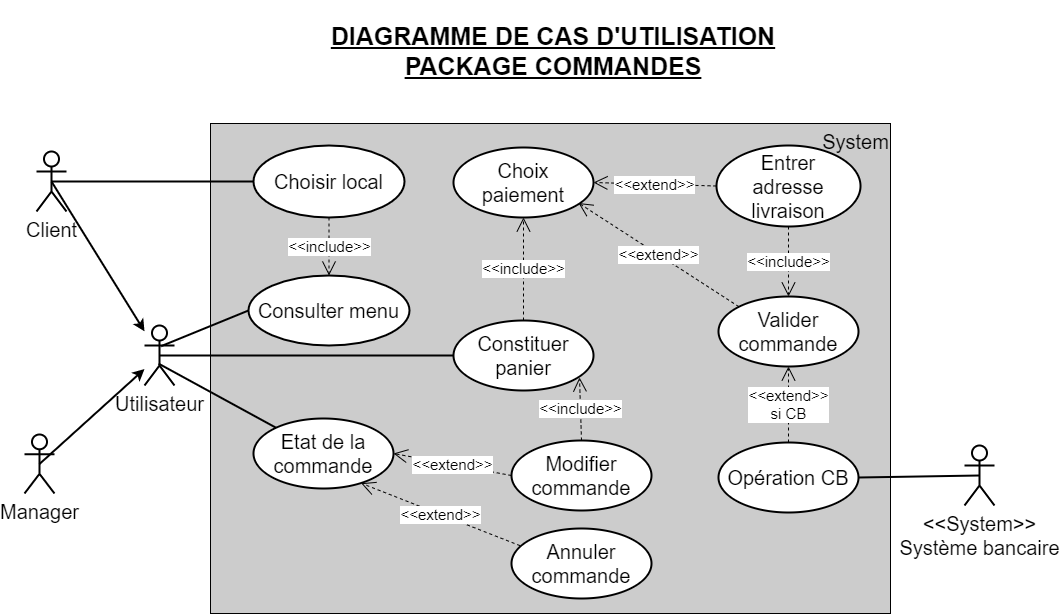
The draw.io diagram diagrammes/diagramme de cas d'utilisation - commandes.png in Tony380/Projet4, before a commit. Source tidied: cells renumbered, new cells last; positions are measured from the earlier drawing's top-left corner, leaving out a move shared by most shapes.
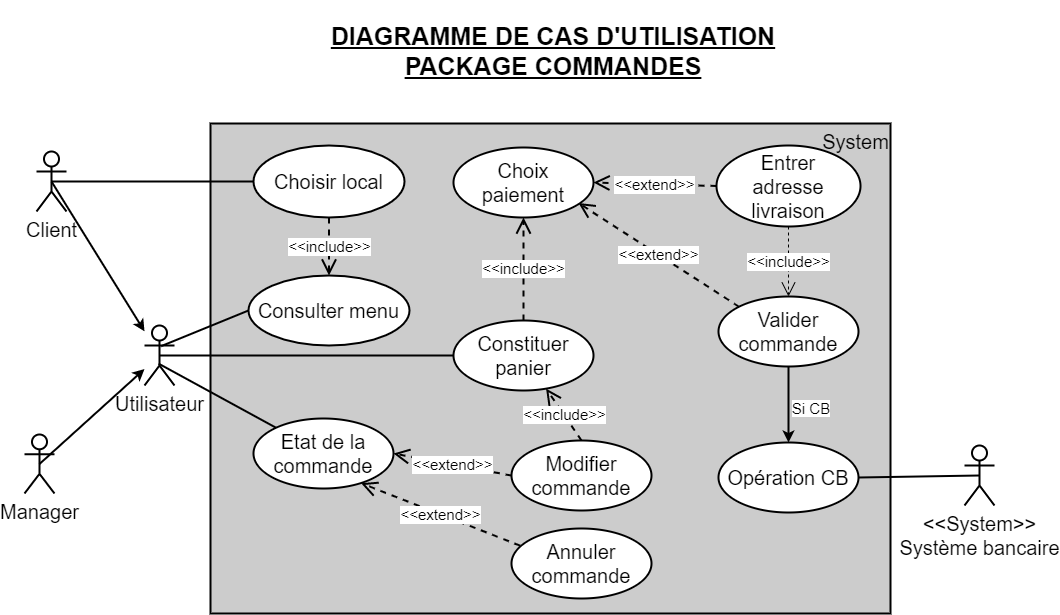
Later version of the same file.

What changed in the source:
```diff
@@ -2,7 +2,7 @@
   <root>
     <mxCell id="0" />
     <mxCell id="1" parent="0" />
-    <mxCell id="2" style="rounded=0;whiteSpace=wrap;html=1;fillColor=#CCCCCC;" parent="1" vertex="1">
+    <mxCell id="2" style="rounded=0;whiteSpace=wrap;html=1;fillColor=#CCCCCC;strokeWidth=2;" parent="1" vertex="1">
       <mxGeometry x="186" y="123" width="680" height="490" as="geometry" />
     </mxCell>
     <mxCell id="3" value="&lt;font style=&quot;font-size: 20px&quot;&gt;&amp;lt;&amp;lt;System&amp;gt;&amp;gt;&lt;br&gt;Système bancaire&lt;/font&gt;" style="shape=umlActor;verticalLabelPosition=bottom;labelBackgroundColor=#ffffff;verticalAlign=top;html=1;strokeWidth=2;" parent="1" vertex="1">
@@ -26,33 +26,33 @@
     <mxCell id="9" value="&lt;font style=&quot;font-size: 20px&quot;&gt;Choix paiement&lt;/font&gt;" style="ellipse;whiteSpace=wrap;html=1;strokeWidth=2;" parent="1" vertex="1">
       <mxGeometry x="429" y="147" width="140" height="70" as="geometry" />
     </mxCell>
-    <mxCell id="10" value="&lt;font style=&quot;font-size: 15px&quot;&gt;&amp;lt;&amp;lt;include&amp;gt;&amp;gt;&lt;/font&gt;" style="endArrow=open;endSize=12;dashed=1;html=1;entryX=0.5;entryY=1;entryDx=0;entryDy=0;exitX=0.5;exitY=0;exitDx=0;exitDy=0;" parent="1" edge="1" source="8" target="9">
+    <mxCell id="10" value="&lt;font style=&quot;font-size: 15px&quot;&gt;&amp;lt;&amp;lt;include&amp;gt;&amp;gt;&lt;/font&gt;" style="endArrow=open;endSize=12;dashed=1;html=1;entryX=0.5;entryY=1;entryDx=0;entryDy=0;exitX=0.5;exitY=0;exitDx=0;exitDy=0;strokeWidth=2;" parent="1" edge="1" source="8" target="9">
       <mxGeometry relative="1" as="geometry" />
     </mxCell>
     <mxCell id="11" value="&lt;font style=&quot;font-size: 20px&quot;&gt;Entrer&lt;br&gt;adresse livraison&lt;/font&gt;" style="ellipse;whiteSpace=wrap;html=1;strokeWidth=2;" parent="1" vertex="1">
       <mxGeometry x="692" y="145" width="144" height="81" as="geometry" />
     </mxCell>
-    <mxCell id="12" value="&lt;font style=&quot;font-size: 15px&quot;&gt;&amp;lt;&amp;lt;extend&amp;gt;&amp;gt;&lt;/font&gt;" style="endArrow=open;endSize=12;dashed=1;html=1;entryX=1;entryY=0.5;entryDx=0;entryDy=0;exitX=0;exitY=0.5;exitDx=0;exitDy=0;" parent="1" edge="1" source="11" target="9">
+    <mxCell id="12" value="&lt;font style=&quot;font-size: 15px&quot;&gt;&amp;lt;&amp;lt;extend&amp;gt;&amp;gt;&lt;/font&gt;" style="endArrow=open;endSize=12;dashed=1;html=1;entryX=1;entryY=0.5;entryDx=0;entryDy=0;exitX=0;exitY=0.5;exitDx=0;exitDy=0;strokeWidth=2;" parent="1" edge="1" source="11" target="9">
       <mxGeometry relative="1" as="geometry" />
     </mxCell>
     <mxCell id="13" value="&lt;font style=&quot;font-size: 20px&quot;&gt;System&lt;/font&gt;" style="text;html=1;align=center;verticalAlign=middle;" parent="1" vertex="1">
       <mxGeometry x="792" y="130" width="77" height="21" as="geometry" />
     </mxCell>
+    <mxCell id="35" style="edgeStyle=orthogonalEdgeStyle;rounded=0;jettySize=auto;html=1;entryX=0.5;entryY=0;entryDx=0;entryDy=0;strokeWidth=2;" parent="1" edge="1" source="14" target="17">
+      <mxGeometry relative="1" as="geometry" />
+    </mxCell>
     <mxCell id="14" value="&lt;font style=&quot;font-size: 20px&quot;&gt;Valider commande&lt;/font&gt;" style="ellipse;whiteSpace=wrap;html=1;strokeWidth=2;fillColor=#FFFFFF;" parent="1" vertex="1">
       <mxGeometry x="694" y="296" width="140" height="70" as="geometry" />
     </mxCell>
     <mxCell id="15" value="&lt;font style=&quot;font-size: 15px&quot;&gt;&amp;lt;&amp;lt;include&amp;gt;&amp;gt;&lt;/font&gt;" style="endArrow=open;endSize=12;dashed=1;html=1;exitX=0.5;exitY=1;exitDx=0;exitDy=0;entryX=0.5;entryY=0;entryDx=0;entryDy=0;" parent="1" edge="1" source="11" target="14">
       <mxGeometry relative="1" as="geometry" />
     </mxCell>
-    <mxCell id="16" value="&lt;font style=&quot;font-size: 15px&quot;&gt;&amp;lt;&amp;lt;extend&amp;gt;&amp;gt;&lt;/font&gt;" style="endArrow=open;endSize=12;dashed=1;html=1;exitX=0;exitY=0;exitDx=0;exitDy=0;entryX=0.893;entryY=0.793;entryDx=0;entryDy=0;entryPerimeter=0;" parent="1" edge="1" source="14" target="9">
+    <mxCell id="16" value="&lt;font style=&quot;font-size: 15px&quot;&gt;&amp;lt;&amp;lt;extend&amp;gt;&amp;gt;&lt;/font&gt;" style="endArrow=open;endSize=12;dashed=1;html=1;exitX=0;exitY=0;exitDx=0;exitDy=0;entryX=0.893;entryY=0.793;entryDx=0;entryDy=0;entryPerimeter=0;strokeWidth=2;" parent="1" edge="1" source="14" target="9">
       <mxGeometry relative="1" as="geometry" />
     </mxCell>
     <mxCell id="17" value="&lt;font style=&quot;font-size: 20px&quot;&gt;Opération CB&lt;/font&gt;" style="ellipse;whiteSpace=wrap;html=1;strokeWidth=2;fillColor=#FFFFFF;" parent="1" vertex="1">
       <mxGeometry x="694" y="442" width="140" height="70" as="geometry" />
     </mxCell>
-    <mxCell id="18" value="&lt;span style=&quot;font-size: 15px&quot;&gt;&amp;lt;&amp;lt;extend&amp;gt;&amp;gt;&lt;br&gt;si CB&lt;br&gt;&lt;/span&gt;" style="endArrow=open;endSize=12;dashed=1;html=1;entryX=0.5;entryY=1;entryDx=0;entryDy=0;exitX=0.5;exitY=0;exitDx=0;exitDy=0;" parent="1" edge="1" source="17" target="14">
-      <mxGeometry relative="1" as="geometry" />
-    </mxCell>
     <mxCell id="19" value="&lt;font style=&quot;font-size: 20px&quot;&gt;Etat de la commande&lt;/font&gt;" style="ellipse;whiteSpace=wrap;html=1;strokeWidth=2;fillColor=#FFFFFF;" parent="1" vertex="1">
       <mxGeometry x="229" y="418" width="140" height="70" as="geometry" />
     </mxCell>
@@ -62,10 +62,10 @@
     <mxCell id="21" value="&lt;font style=&quot;font-size: 20px&quot;&gt;Modifier commande&lt;/font&gt;" style="ellipse;whiteSpace=wrap;html=1;strokeWidth=2;fillColor=#FFFFFF;" parent="1" vertex="1">
       <mxGeometry x="487" y="440" width="140" height="70" as="geometry" />
     </mxCell>
-    <mxCell id="22" value="&lt;font style=&quot;font-size: 15px&quot;&gt;&amp;lt;&amp;lt;extend&amp;gt;&amp;gt;&lt;/font&gt;" style="endArrow=open;endSize=12;dashed=1;html=1;exitX=0;exitY=0.5;exitDx=0;exitDy=0;entryX=1;entryY=0.5;entryDx=0;entryDy=0;" parent="1" edge="1" source="21" target="19">
+    <mxCell id="22" value="&lt;font style=&quot;font-size: 15px&quot;&gt;&amp;lt;&amp;lt;extend&amp;gt;&amp;gt;&lt;/font&gt;" style="endArrow=open;endSize=12;dashed=1;html=1;exitX=0;exitY=0.5;exitDx=0;exitDy=0;entryX=1;entryY=0.5;entryDx=0;entryDy=0;strokeWidth=2;" parent="1" edge="1" source="21" target="19">
       <mxGeometry relative="1" as="geometry" />
     </mxCell>
-    <mxCell id="23" value="&lt;font style=&quot;font-size: 15px&quot;&gt;&amp;lt;&amp;lt;extend&amp;gt;&amp;gt;&lt;/font&gt;" style="endArrow=open;endSize=12;dashed=1;html=1;exitX=0.061;exitY=0.245;exitDx=0;exitDy=0;exitPerimeter=0;entryX=0.769;entryY=0.925;entryDx=0;entryDy=0;entryPerimeter=0;" parent="1" edge="1" source="20" target="19">
+    <mxCell id="23" value="&lt;font style=&quot;font-size: 15px&quot;&gt;&amp;lt;&amp;lt;extend&amp;gt;&amp;gt;&lt;/font&gt;" style="endArrow=open;endSize=12;dashed=1;html=1;exitX=0.061;exitY=0.245;exitDx=0;exitDy=0;exitPerimeter=0;entryX=0.769;entryY=0.925;entryDx=0;entryDy=0;entryPerimeter=0;strokeWidth=2;" parent="1" edge="1" source="20" target="19">
       <mxGeometry relative="1" as="geometry" />
     </mxCell>
     <mxCell id="24" value="&lt;font style=&quot;font-size: 25px&quot;&gt;&lt;b&gt;&lt;u&gt;DIAGRAMME DE CAS D'UTILISATION&lt;br&gt;PACKAGE COMMANDES&lt;/u&gt;&lt;/b&gt;&lt;/font&gt;" style="text;html=1;strokeColor=none;fillColor=none;align=center;verticalAlign=middle;whiteSpace=wrap;rounded=0;" parent="1" vertex="1">
@@ -92,14 +92,17 @@
     <mxCell id="31" style="endArrow=none;html=1;entryX=0;entryY=0.5;entryDx=0;entryDy=0;strokeWidth=2;exitX=0.5;exitY=0.5;exitDx=0;exitDy=0;exitPerimeter=0;" parent="1" edge="1" source="4" target="30">
       <mxGeometry relative="1" as="geometry" />
     </mxCell>
-    <mxCell id="32" value="&lt;font style=&quot;font-size: 15px&quot;&gt;&amp;lt;&amp;lt;include&amp;gt;&amp;gt;&lt;/font&gt;" style="endArrow=open;endSize=12;dashed=1;html=1;strokeWidth=1;exitX=0.5;exitY=1;exitDx=0;exitDy=0;entryX=0.5;entryY=0;entryDx=0;entryDy=0;" parent="1" edge="1" source="30" target="7">
+    <mxCell id="32" value="&lt;font style=&quot;font-size: 15px&quot;&gt;&amp;lt;&amp;lt;include&amp;gt;&amp;gt;&lt;/font&gt;" style="endArrow=open;endSize=12;dashed=1;html=1;strokeWidth=2;exitX=0.5;exitY=1;exitDx=0;exitDy=0;entryX=0.5;entryY=0;entryDx=0;entryDy=0;" parent="1" edge="1" source="30" target="7">
       <mxGeometry relative="1" as="geometry" />
     </mxCell>
-    <mxCell id="33" value="&lt;font style=&quot;font-size: 15px&quot;&gt;&amp;lt;&amp;lt;include&amp;gt;&amp;gt;&lt;/font&gt;" style="endArrow=open;endSize=12;dashed=1;html=1;strokeWidth=1;exitX=0.5;exitY=0;exitDx=0;exitDy=0;entryX=0.9;entryY=0.814;entryDx=0;entryDy=0;entryPerimeter=0;" parent="1" edge="1" source="21" target="8">
+    <mxCell id="33" value="&lt;font style=&quot;font-size: 15px&quot;&gt;&amp;lt;&amp;lt;include&amp;gt;&amp;gt;&lt;/font&gt;" style="endArrow=open;endSize=12;dashed=1;html=1;strokeWidth=2;exitX=0.5;exitY=0;exitDx=0;exitDy=0;" parent="1" edge="1" source="21" target="8">
       <mxGeometry relative="1" as="geometry" />
     </mxCell>
     <mxCell id="34" style="endArrow=none;html=1;strokeWidth=2;exitX=1;exitY=0.5;exitDx=0;exitDy=0;entryX=0.5;entryY=0.5;entryDx=0;entryDy=0;entryPerimeter=0;" parent="1" edge="1" source="17" target="3">
       <mxGeometry relative="1" as="geometry" />
     </mxCell>
+    <mxCell id="36" value="&lt;font style=&quot;font-size: 15px ; background-color: rgb(255 , 255 , 255)&quot;&gt;Si CB&lt;/font&gt;" style="text;html=1;strokeColor=none;fillColor=none;align=center;verticalAlign=middle;whiteSpace=wrap;rounded=0;" parent="1" vertex="1">
+      <mxGeometry x="755" y="398" width="64" height="20" as="geometry" />
+    </mxCell>
   </root>
 </mxGraphModel>
```
